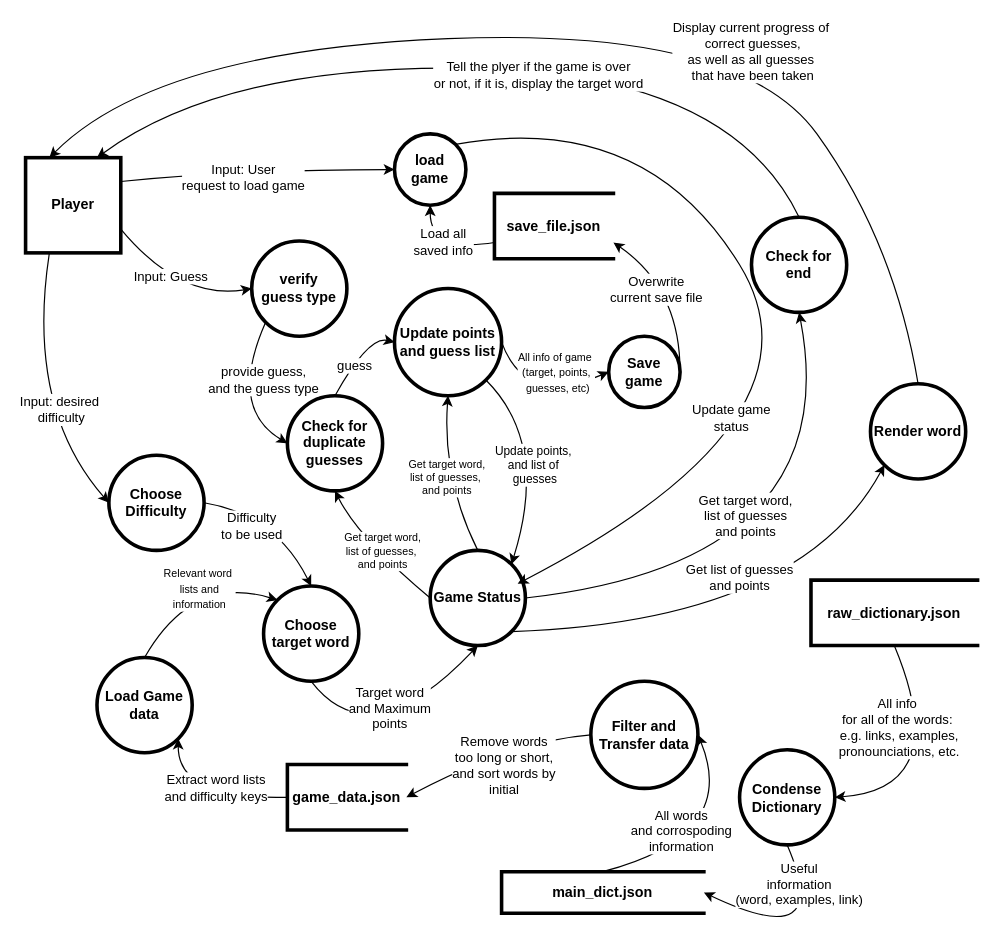
Above: Software SCHOOL/Stream 2/Hangman Stream 2/Hangman DFD.drawio in Tinor2/Python-and-software (draw.io), before the change. Source tidied: cells renumbered, new cells numbered last; positions are measured from the earlier drawing's top-left corner, leaving out a move shared by most shapes. Both pictures are drawn from the tidied source at 119%, with x=0, y=0 at pixel (25, 26).
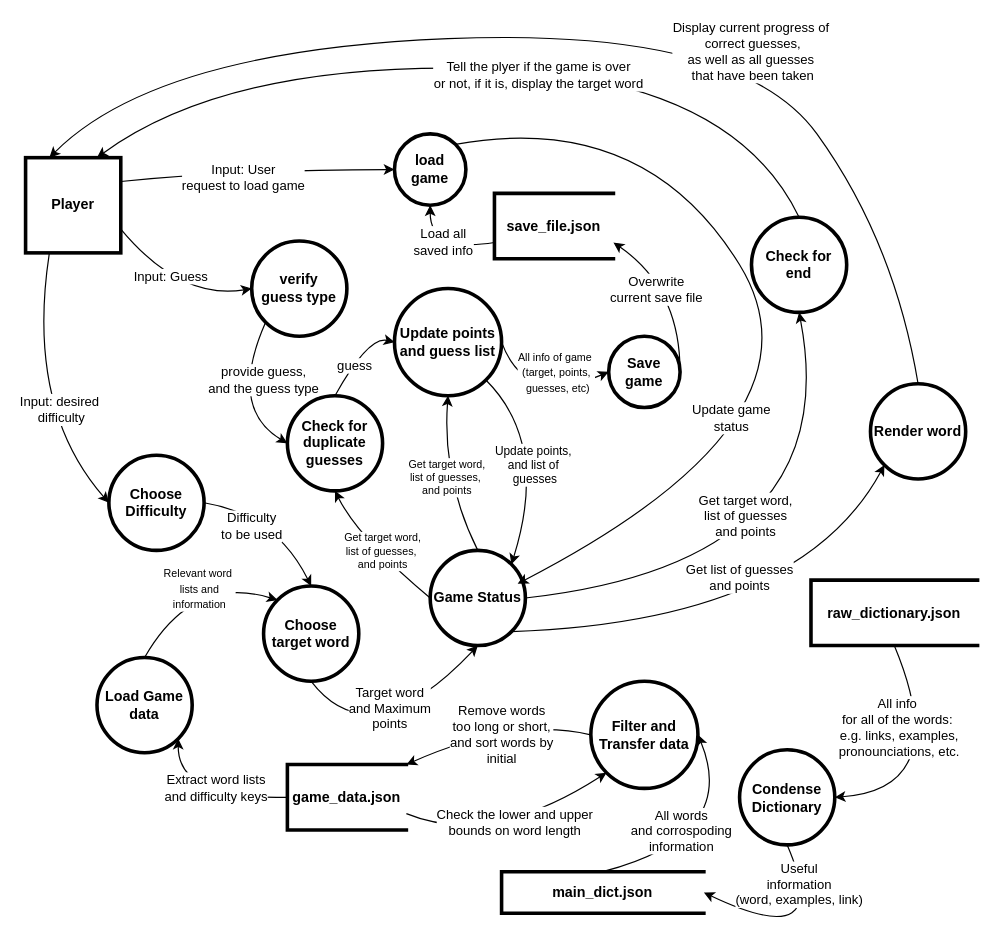
The same page after the edit.

Commit message:
quickly fixed small issue in DFD

The change refers to these unchanged cells:
```xml
<mxCell id="8" value="game_data.json" style="html=1;dashed=0;whiteSpace=wrap;shape=partialRectangle;right=0;fontStyle=1;strokeColor=light-dark(#000000,#FFFFFF);fillColor=light-dark(#FFFFFF,#B266FF);strokeWidth=3;" parent="1" vertex="1">
  <mxGeometry x="220" y="620" width="100" height="55" as="geometry" />
</mxCell>
<mxCell id="63" value="Filter and&lt;div&gt;Transfer data&lt;/div&gt;" style="ellipse;whiteSpace=wrap;html=1;fontStyle=1;fillColor=light-dark(#FFFFFF,#6666FF);strokeWidth=3;" parent="1" vertex="1">
  <mxGeometry x="475" y="550" width="90" height="90" as="geometry" />
</mxCell>
```

The edit, as a diff of the source:
```diff
@@
-    <mxCell id="66" style="curved=1;endArrow=classic;html=1;rounded=0;entryX=1;entryY=0.5;entryDx=0;entryDy=0;exitX=0;exitY=0.5;exitDx=0;exitDy=0;" parent="1" edge="1" source="63" target="8">
+    <mxCell id="66" style="curved=1;endArrow=classic;html=1;rounded=0;entryX=1;entryY=0;entryDx=0;entryDy=0;exitX=0;exitY=0.5;exitDx=0;exitDy=0;" parent="1" edge="1" source="63" target="8">
       <mxGeometry relative="1" as="geometry">
         <Array as="points">
-          <mxPoint x="410" y="600" />
+          <mxPoint x="410" y="580" />
         </Array>
       </mxGeometry>
     </mxCell>
     <mxCell id="67" value="Remove words&lt;div&gt;too long or short,&lt;/div&gt;&lt;div&gt;and sort words by&lt;/div&gt;&lt;div&gt;initial&lt;/div&gt;" style="edgeLabel;html=1;align=center;verticalAlign=middle;" parent="66" vertex="1">
-      <mxGeometry x="-0.02" y="14" relative="1" as="geometry" />
+      <mxGeometry x="-0.02" y="14" relative="1" as="geometry">
+        <mxPoint x="-3" y="-4" as="offset" />
+      </mxGeometry>
     </mxCell>
+    <mxCell id="68" style="curved=1;endArrow=classic;html=1;rounded=0;exitX=1;exitY=0.75;exitDx=0;exitDy=0;entryX=0;entryY=1;entryDx=0;entryDy=0;" parent="1" edge="1" source="8" target="63">
+      <mxGeometry relative="1" as="geometry">
+        <Array as="points">
+          <mxPoint x="390" y="690" />
+        </Array>
+      </mxGeometry>
+    </mxCell>
+    <mxCell id="69" value="Check the lower and upper&lt;div&gt;bounds on word length&lt;/div&gt;" style="edgeLabel;html=1;align=center;verticalAlign=middle;" parent="68" vertex="1">
+      <mxGeometry x="-0.03" y="15" relative="1" as="geometry">
+        <mxPoint x="14" as="offset" />
+      </mxGeometry>
+    </mxCell>
```
